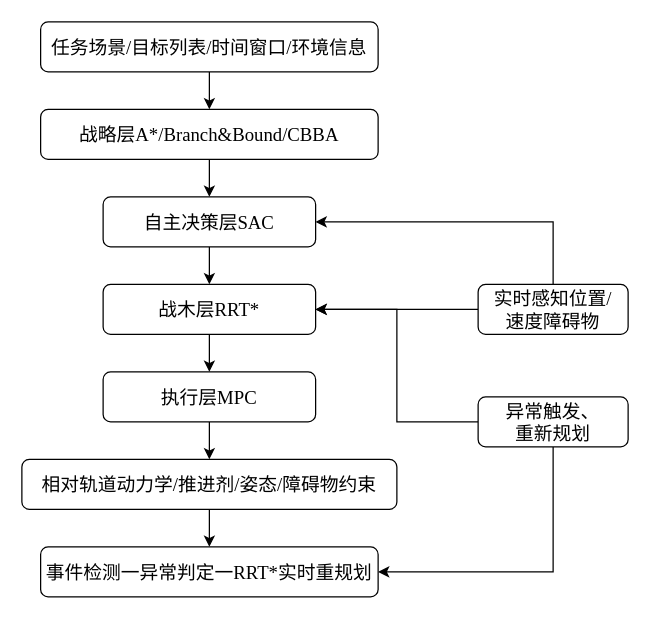
Earlier version of the draw.io diagram 天梭分层混合式自主在轨服务总体架构.drawio (master-fency/plot). Source tidied: cells renumbered, new cells numbered last; positions are measured from the earlier drawing's top-left corner, leaving out a move shared by most shapes. Both pictures are drawn from the tidied source at 125%, with x=0, y=0 at pixel (21, 21).
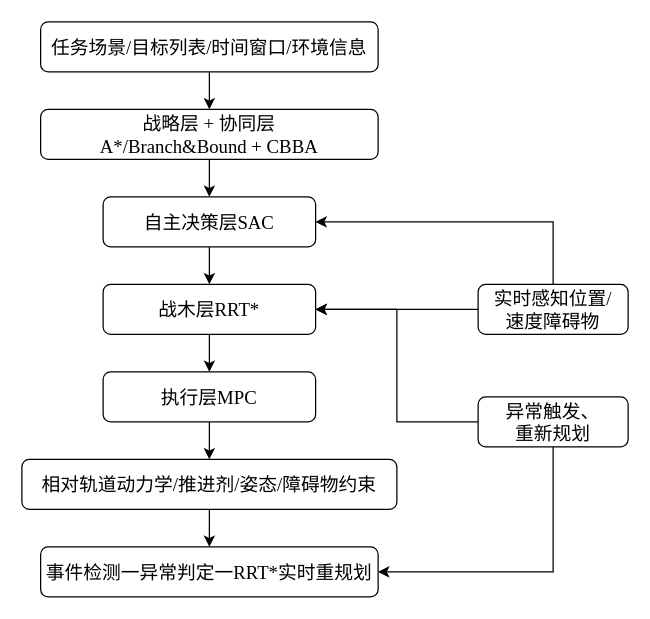
After the change.

Commit message:
更新天梭分层混合式自主在轨服务总体架构.drawio

The edit, as a diff of the source:
```diff
@@
-    <mxCell id="5" value="&lt;font face=&quot;Times New Roman&quot;&gt;&lt;span style=&quot;font-size: 15px;&quot;&gt;战略层A*/Branch&amp;amp;Bound/CBBA&lt;/span&gt;&lt;/font&gt;" style="rounded=1;whiteSpace=wrap;html=1;" parent="1" vertex="1">
+    <mxCell id="5" value="&lt;font face=&quot;Times New Roman&quot;&gt;&lt;span style=&quot;font-size: 15px;&quot;&gt;战略层 + 协同层&lt;/span&gt;&lt;/font&gt;&lt;div&gt;&lt;font face=&quot;Times New Roman&quot;&gt;&lt;span style=&quot;font-size: 15px;&quot;&gt;A*/Branch&amp;amp;Bound + CBBA&lt;/span&gt;&lt;/font&gt;&lt;/div&gt;" style="rounded=1;whiteSpace=wrap;html=1;" parent="1" vertex="1">
       <mxGeometry x="15" y="70" width="270" height="40" as="geometry" />
     </mxCell>
```
